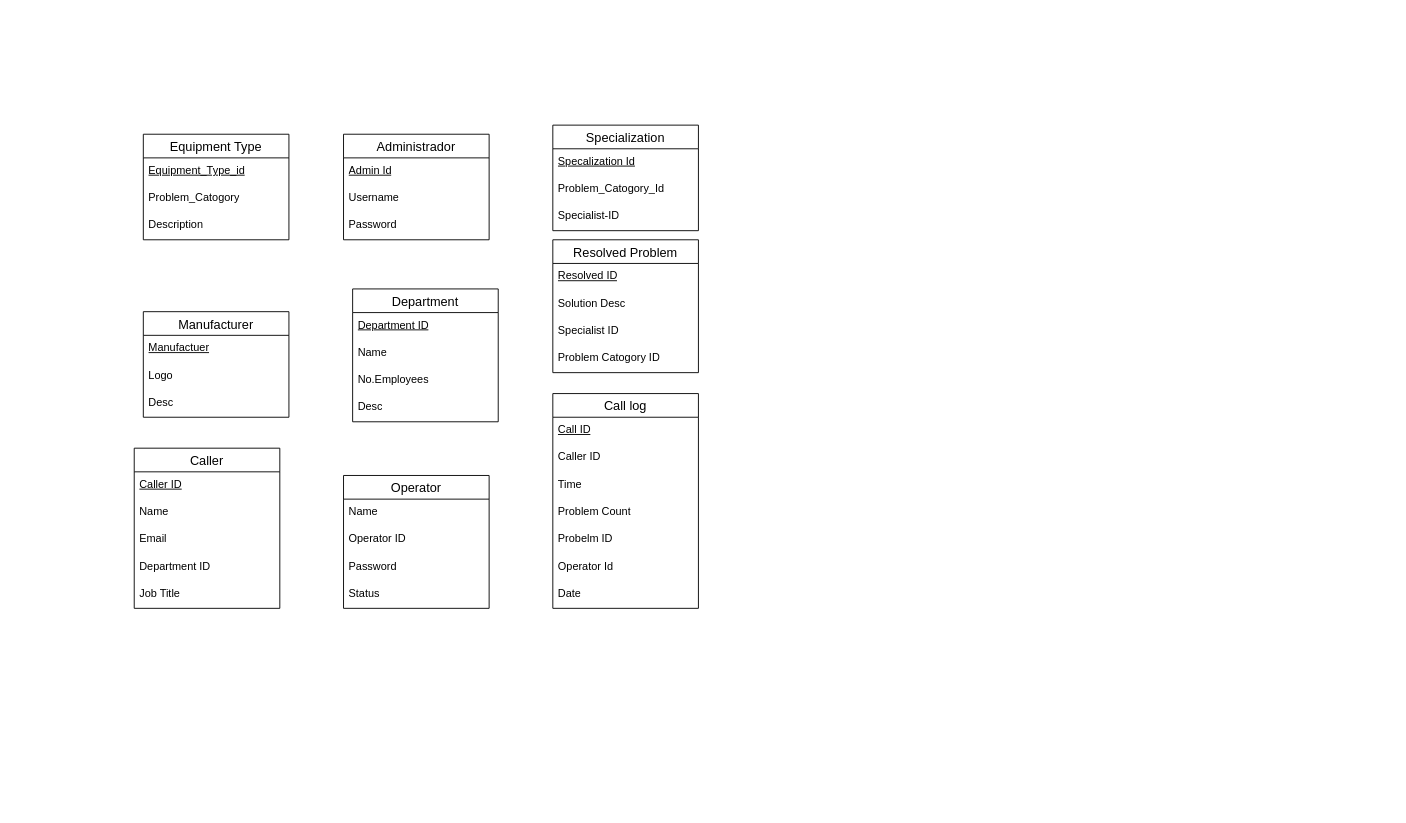
This is diagramaEr.drawio from JoaoCorreia2008/Diagrama-escolar-, a draw.io file, before an edit. Source tidied: cells renumbered, new cells numbered last; positions are measured from the earlier drawing's top-left corner, leaving out a move shared by most shapes. Both pictures are drawn from the tidied source at 91%, with x=0, y=0 at pixel (134, 125).
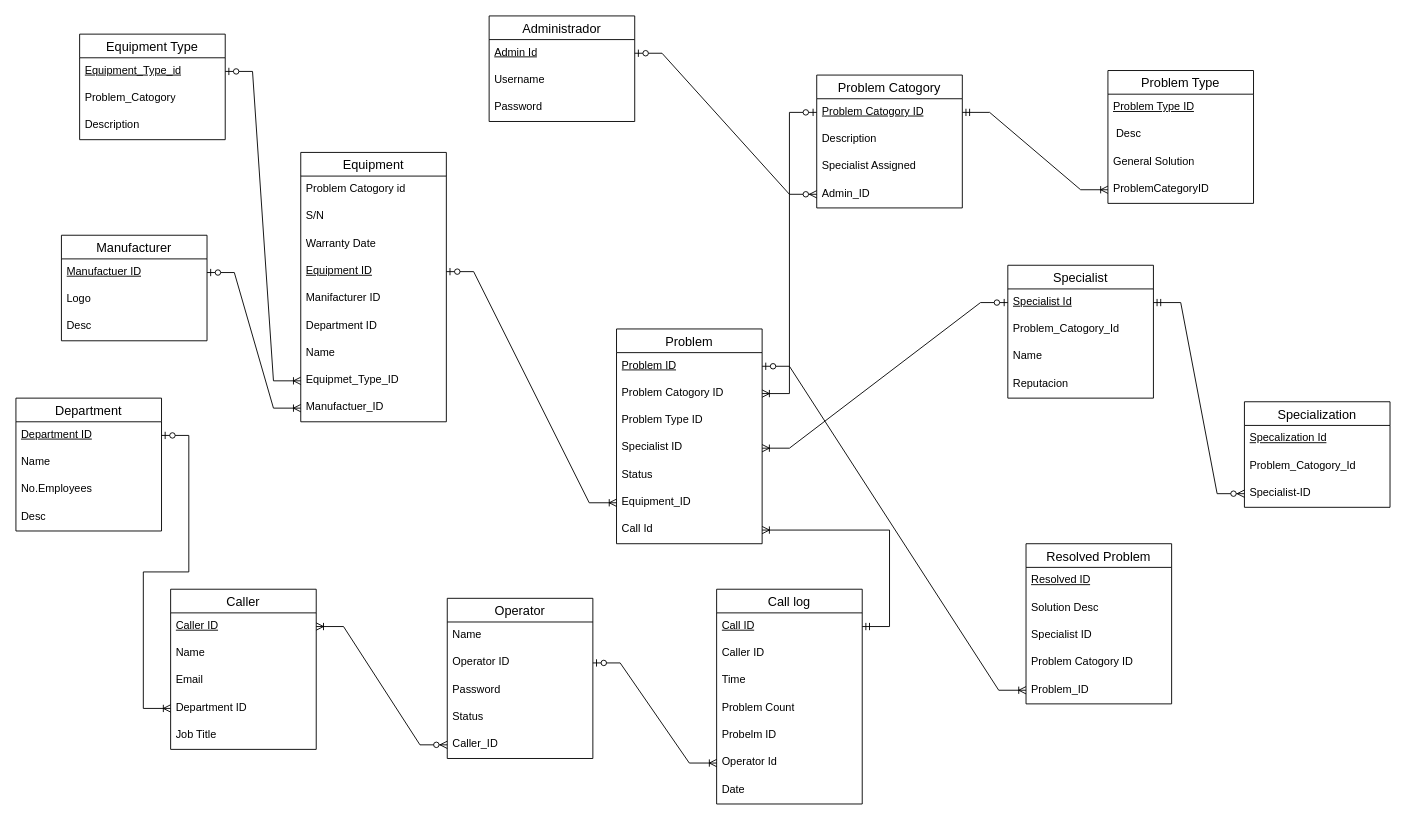
The same diagram, later.

Unchanged cells that the change refers to:
```xml
<mxCell id="3" value="&lt;span style=&quot;text-wrap-mode: nowrap; text-decoration-line: underline;&quot;&gt;Equipment_Type_id&lt;/span&gt;" style="text;strokeColor=none;fillColor=none;spacingLeft=4;spacingRight=4;overflow=hidden;points=[[0,0.5],[1,0.5]];portConstraint=eastwest;fontSize=12;whiteSpace=wrap;html=1;" parent="2" vertex="1">
  <mxGeometry y="26" width="160" height="30" as="geometry" />
</mxCell>
<mxCell id="7" value="&lt;span style=&quot;text-wrap-mode: nowrap;&quot;&gt;&lt;u&gt;Admin Id&lt;/u&gt;&lt;/span&gt;" style="text;strokeColor=none;fillColor=none;spacingLeft=4;spacingRight=4;overflow=hidden;points=[[0,0.5],[1,0.5]];portConstraint=eastwest;fontSize=12;whiteSpace=wrap;html=1;" parent="6" vertex="1">
  <mxGeometry y="26" width="160" height="30" as="geometry" />
</mxCell>
<mxCell id="15" value="&lt;span style=&quot;text-wrap-mode: nowrap;&quot;&gt;&lt;u&gt;Department ID&lt;/u&gt;&lt;/span&gt;" style="text;strokeColor=none;fillColor=none;spacingLeft=4;spacingRight=4;overflow=hidden;points=[[0,0.5],[1,0.5]];portConstraint=eastwest;fontSize=12;whiteSpace=wrap;html=1;" parent="14" vertex="1">
  <mxGeometry y="26" width="160" height="30" as="geometry" />
</mxCell>
<mxCell id="20" value="&lt;span style=&quot;text-wrap-mode: nowrap;&quot;&gt;&lt;u&gt;Caller ID&lt;/u&gt;&lt;/span&gt;" style="text;strokeColor=none;fillColor=none;spacingLeft=4;spacingRight=4;overflow=hidden;points=[[0,0.5],[1,0.5]];portConstraint=eastwest;fontSize=12;whiteSpace=wrap;html=1;" parent="19" vertex="1">
  <mxGeometry y="26" width="160" height="30" as="geometry" />
</mxCell>
<mxCell id="23" value="Department ID" style="text;strokeColor=none;fillColor=none;spacingLeft=4;spacingRight=4;overflow=hidden;points=[[0,0.5],[1,0.5]];portConstraint=eastwest;fontSize=12;whiteSpace=wrap;html=1;" parent="19" vertex="1">
  <mxGeometry y="116" width="160" height="30" as="geometry" />
</mxCell>
<mxCell id="27" value="Operator ID" style="text;strokeColor=none;fillColor=none;spacingLeft=4;spacingRight=4;overflow=hidden;points=[[0,0.5],[1,0.5]];portConstraint=eastwest;fontSize=12;whiteSpace=wrap;html=1;" parent="25" vertex="1">
  <mxGeometry y="56" width="160" height="30" as="geometry" />
</mxCell>
<mxCell id="31" value="&lt;span style=&quot;text-wrap-mode: nowrap;&quot;&gt;&lt;u&gt;Call ID&lt;/u&gt;&lt;/span&gt;" style="text;strokeColor=none;fillColor=none;spacingLeft=4;spacingRight=4;overflow=hidden;points=[[0,0.5],[1,0.5]];portConstraint=eastwest;fontSize=12;whiteSpace=wrap;html=1;" parent="30" vertex="1">
  <mxGeometry y="26" width="160" height="30" as="geometry" />
</mxCell>
<mxCell id="36" value="Operator Id" style="text;strokeColor=none;fillColor=none;spacingLeft=4;spacingRight=4;overflow=hidden;points=[[0,0.5],[1,0.5]];portConstraint=eastwest;fontSize=12;whiteSpace=wrap;html=1;" parent="30" vertex="1">
  <mxGeometry y="176" width="160" height="30" as="geometry" />
</mxCell>
<mxCell id="41" value="Specialist-ID" style="text;strokeColor=none;fillColor=none;spacingLeft=4;spacingRight=4;overflow=hidden;points=[[0,0.5],[1,0.5]];portConstraint=eastwest;fontSize=12;whiteSpace=wrap;html=1;" parent="38" vertex="1">
  <mxGeometry y="86" width="160" height="30" as="geometry" />
</mxCell>
```

Diff of the diagram source:
```diff
@@
     <mxCell id="2" value="Equipment Type" style="swimlane;fontStyle=0;horizontal=1;startSize=26;align=center;fontSize=14;" parent="1" vertex="1">
-      <mxGeometry x="10" y="10" width="160" height="116" as="geometry" />
+      <mxGeometry x="-60" y="-100" width="160" height="116" as="geometry" />
     </mxCell>
@@
     <mxCell id="6" value="Administrador" style="swimlane;fontStyle=0;horizontal=1;startSize=26;align=center;fontSize=14;" parent="1" vertex="1">
-      <mxGeometry x="230" y="10" width="160" height="116" as="geometry" />
+      <mxGeometry x="390" y="-120" width="160" height="116" as="geometry" />
     </mxCell>
@@
     <mxCell id="10" value="Manufacturer" style="swimlane;fontStyle=0;horizontal=1;startSize=26;align=center;fontSize=14;" parent="1" vertex="1">
-      <mxGeometry x="10" y="205" width="160" height="116" as="geometry" />
+      <mxGeometry x="-80" y="121" width="160" height="116" as="geometry" />
     </mxCell>
-    <mxCell id="11" value="&lt;span style=&quot;text-wrap-mode: nowrap;&quot;&gt;&lt;u&gt;Manufactuer&lt;/u&gt;&lt;/span&gt;" style="text;strokeColor=none;fillColor=none;spacingLeft=4;spacingRight=4;overflow=hidden;points=[[0,0.5],[1,0.5]];portConstraint=eastwest;fontSize=12;whiteSpace=wrap;html=1;" parent="10" vertex="1">
+    <mxCell id="11" value="&lt;span style=&quot;text-wrap-mode: nowrap;&quot;&gt;&lt;u&gt;Manufactuer ID&lt;/u&gt;&lt;/span&gt;" style="text;strokeColor=none;fillColor=none;spacingLeft=4;spacingRight=4;overflow=hidden;points=[[0,0.5],[1,0.5]];portConstraint=eastwest;fontSize=12;whiteSpace=wrap;html=1;" parent="10" vertex="1">
       <mxGeometry y="26" width="160" height="30" as="geometry" />
     </mxCell>
@@
     <mxCell id="14" value="Department" style="swimlane;fontStyle=0;horizontal=1;startSize=26;align=center;fontSize=14;" parent="1" vertex="1">
-      <mxGeometry x="240" y="180" width="160" height="146" as="geometry" />
+      <mxGeometry x="-130" y="300" width="160" height="146" as="geometry" />
     </mxCell>
@@
     <mxCell id="19" value="Caller" style="swimlane;fontStyle=0;horizontal=1;startSize=26;align=center;fontSize=14;" parent="1" vertex="1">
-      <mxGeometry y="355" width="160" height="176" as="geometry" />
+      <mxGeometry x="40" y="510" width="160" height="176" as="geometry" />
     </mxCell>
@@
     <mxCell id="25" value="Operator" style="swimlane;fontStyle=0;horizontal=1;startSize=26;align=center;fontSize=14;" parent="1" vertex="1">
-      <mxGeometry x="230" y="385" width="160" height="146" as="geometry" />
+      <mxGeometry x="344" y="520" width="160" height="176" as="geometry" />
     </mxCell>
@@
+    <mxCell id="47" value="Status" style="text;strokeColor=none;fillColor=none;spacingLeft=4;spacingRight=4;overflow=hidden;fontSize=12;whiteSpace=wrap;html=1;" parent="25" vertex="1">
+      <mxGeometry y="116" width="160" height="30" as="geometry" />
+    </mxCell>
-    <mxCell id="29" value="Status" style="text;strokeColor=none;fillColor=none;spacingLeft=4;spacingRight=4;overflow=hidden;points=[[0,0.5],[1,0.5]];portConstraint=eastwest;fontSize=12;whiteSpace=wrap;html=1;" parent="25" vertex="1">
-      <mxGeometry y="116" width="160" height="30" as="geometry" />
+    <mxCell id="29" value="Caller_ID" style="text;strokeColor=none;fillColor=none;spacingLeft=4;spacingRight=4;overflow=hidden;points=[[0,0.5],[1,0.5]];portConstraint=eastwest;fontSize=12;whiteSpace=wrap;html=1;" parent="25" vertex="1">
+      <mxGeometry y="146" width="160" height="30" as="geometry" />
     </mxCell>
     <mxCell id="30" value="Call log" style="swimlane;fontStyle=0;horizontal=1;startSize=26;align=center;fontSize=14;" parent="1" vertex="1">
-      <mxGeometry x="460" y="295" width="160" height="236" as="geometry" />
+      <mxGeometry x="640" y="510" width="160" height="236" as="geometry" />
     </mxCell>
@@
     <mxCell id="38" value="Specialization" style="swimlane;fontStyle=0;horizontal=1;startSize=26;align=center;fontSize=14;" parent="1" vertex="1">
-      <mxGeometry x="460" width="160" height="116" as="geometry" />
+      <mxGeometry x="1220" y="304" width="160" height="116" as="geometry" />
     </mxCell>
@@
     <mxCell id="42" value="Resolved Problem" style="swimlane;fontStyle=0;horizontal=1;startSize=26;align=center;fontSize=14;" parent="1" vertex="1">
-      <mxGeometry x="460" y="126" width="160" height="146" as="geometry" />
+      <mxGeometry x="980" y="460" width="160" height="176" as="geometry" />
     </mxCell>
@@
+    <mxCell id="48" value="Problem Catogory ID" style="text;strokeColor=none;fillColor=none;spacingLeft=4;spacingRight=4;overflow=hidden;fontSize=12;whiteSpace=wrap;html=1;" parent="42" vertex="1">
+      <mxGeometry y="116" width="160" height="30" as="geometry" />
+    </mxCell>
-    <mxCell id="46" value="Problem Catogory ID" style="text;strokeColor=none;fillColor=none;spacingLeft=4;spacingRight=4;overflow=hidden;points=[[0,0.5],[1,0.5]];portConstraint=eastwest;fontSize=12;whiteSpace=wrap;html=1;" parent="42" vertex="1">
-      <mxGeometry y="116" width="160" height="30" as="geometry" />
+    <mxCell id="46" value="Problem_ID" style="text;strokeColor=none;fillColor=none;spacingLeft=4;spacingRight=4;overflow=hidden;points=[[0,0.5],[1,0.5]];portConstraint=eastwest;fontSize=12;whiteSpace=wrap;html=1;" parent="42" vertex="1">
+      <mxGeometry y="146" width="160" height="30" as="geometry" />
     </mxCell>
+    <mxCell id="49" value="Specialist" style="swimlane;fontStyle=0;horizontal=1;startSize=26;align=center;fontSize=14;" parent="1" vertex="1">
+      <mxGeometry x="960" y="154" width="160" height="146" as="geometry" />
+    </mxCell>
+    <mxCell id="50" value="&lt;span style=&quot;text-wrap-mode: nowrap;&quot;&gt;&lt;u&gt;Specialist Id&lt;/u&gt;&lt;/span&gt;" style="text;strokeColor=none;fillColor=none;spacingLeft=4;spacingRight=4;overflow=hidden;points=[[0,0.5],[1,0.5]];portConstraint=eastwest;fontSize=12;whiteSpace=wrap;html=1;" parent="49" vertex="1">
+      <mxGeometry y="26" width="160" height="30" as="geometry" />
+    </mxCell>
+    <mxCell id="51" value="Problem_Catogory_Id" style="text;strokeColor=none;fillColor=none;spacingLeft=4;spacingRight=4;overflow=hidden;fontSize=12;whiteSpace=wrap;html=1;" parent="49" vertex="1">
+      <mxGeometry y="56" width="160" height="30" as="geometry" />
+    </mxCell>
+    <mxCell id="52" value="Name" style="text;strokeColor=none;fillColor=none;spacingLeft=4;spacingRight=4;overflow=hidden;fontSize=12;whiteSpace=wrap;html=1;" parent="49" vertex="1">
+      <mxGeometry y="86" width="160" height="30" as="geometry" />
+    </mxCell>
+    <mxCell id="53" value="Reputacion" style="text;strokeColor=none;fillColor=none;spacingLeft=4;spacingRight=4;overflow=hidden;fontSize=12;whiteSpace=wrap;html=1;" parent="49" vertex="1">
+      <mxGeometry y="116" width="160" height="30" as="geometry" />
+    </mxCell>
+    <mxCell id="54" value="Problem Type" style="swimlane;fontStyle=0;horizontal=1;startSize=26;align=center;fontSize=14;" parent="1" vertex="1">
+      <mxGeometry x="1070" y="-60" width="160" height="146" as="geometry" />
+    </mxCell>
+    <mxCell id="55" value="&lt;span style=&quot;text-wrap-mode: nowrap;&quot;&gt;&lt;u&gt;Problem Type ID&lt;/u&gt;&lt;/span&gt;" style="text;strokeColor=none;fillColor=none;spacingLeft=4;spacingRight=4;overflow=hidden;fontSize=12;whiteSpace=wrap;html=1;" parent="54" vertex="1">
+      <mxGeometry y="26" width="160" height="30" as="geometry" />
+    </mxCell>
+    <mxCell id="56" value="&amp;nbsp;Desc" style="text;strokeColor=none;fillColor=none;spacingLeft=4;spacingRight=4;overflow=hidden;fontSize=12;whiteSpace=wrap;html=1;" parent="54" vertex="1">
+      <mxGeometry y="56" width="160" height="30" as="geometry" />
+    </mxCell>
+    <mxCell id="57" value="General Solution" style="text;strokeColor=none;fillColor=none;spacingLeft=4;spacingRight=4;overflow=hidden;fontSize=12;whiteSpace=wrap;html=1;" parent="54" vertex="1">
+      <mxGeometry y="86" width="160" height="30" as="geometry" />
+    </mxCell>
+    <mxCell id="58" value="ProblemCategoryID" style="text;strokeColor=none;fillColor=none;spacingLeft=4;spacingRight=4;overflow=hidden;points=[[0,0.5],[1,0.5]];portConstraint=eastwest;fontSize=12;whiteSpace=wrap;html=1;" parent="54" vertex="1">
+      <mxGeometry y="116" width="160" height="30" as="geometry" />
+    </mxCell>
+    <mxCell id="59" value="Equipment" style="swimlane;fontStyle=0;horizontal=1;startSize=26;align=center;fontSize=14;" parent="1" vertex="1">
+      <mxGeometry x="183" y="30" width="160" height="296" as="geometry" />
+    </mxCell>
+    <mxCell id="60" value="Problem Catogory id" style="text;strokeColor=none;fillColor=none;spacingLeft=4;spacingRight=4;overflow=hidden;fontSize=12;whiteSpace=wrap;html=1;" parent="59" vertex="1">
+      <mxGeometry y="26" width="160" height="30" as="geometry" />
+    </mxCell>
+    <mxCell id="61" value="S/N" style="text;strokeColor=none;fillColor=none;spacingLeft=4;spacingRight=4;overflow=hidden;fontSize=12;whiteSpace=wrap;html=1;" parent="59" vertex="1">
+      <mxGeometry y="56" width="160" height="30" as="geometry" />
+    </mxCell>
+    <mxCell id="62" value="Warranty Date" style="text;strokeColor=none;fillColor=none;spacingLeft=4;spacingRight=4;overflow=hidden;fontSize=12;whiteSpace=wrap;html=1;" parent="59" vertex="1">
+      <mxGeometry y="86" width="160" height="30" as="geometry" />
+    </mxCell>
+    <mxCell id="63" value="&lt;u&gt;Equipment ID&lt;/u&gt;" style="text;strokeColor=none;fillColor=none;spacingLeft=4;spacingRight=4;overflow=hidden;points=[[0,0.5],[1,0.5]];portConstraint=eastwest;fontSize=12;whiteSpace=wrap;html=1;" parent="59" vertex="1">
+      <mxGeometry y="116" width="160" height="30" as="geometry" />
+    </mxCell>
+    <mxCell id="64" value="Manifacturer ID" style="text;strokeColor=none;fillColor=none;spacingLeft=4;spacingRight=4;overflow=hidden;fontSize=12;whiteSpace=wrap;html=1;" parent="59" vertex="1">
+      <mxGeometry y="146" width="160" height="30" as="geometry" />
+    </mxCell>
+    <mxCell id="65" value="Department ID&amp;nbsp;" style="text;strokeColor=none;fillColor=none;spacingLeft=4;spacingRight=4;overflow=hidden;fontSize=12;whiteSpace=wrap;html=1;" parent="59" vertex="1">
+      <mxGeometry y="176" width="160" height="30" as="geometry" />
+    </mxCell>
+    <mxCell id="66" value="Name" style="text;strokeColor=none;fillColor=none;spacingLeft=4;spacingRight=4;overflow=hidden;fontSize=12;whiteSpace=wrap;html=1;" parent="59" vertex="1">
+      <mxGeometry y="206" width="160" height="30" as="geometry" />
+    </mxCell>
+    <mxCell id="67" value="Equipmet_Type_ID" style="text;strokeColor=none;fillColor=none;spacingLeft=4;spacingRight=4;overflow=hidden;points=[[0,0.5],[1,0.5]];portConstraint=eastwest;fontSize=12;whiteSpace=wrap;html=1;" parent="59" vertex="1">
+      <mxGeometry y="236" width="160" height="30" as="geometry" />
+    </mxCell>
+    <mxCell id="68" value="Manufactuer_ID" style="text;strokeColor=none;fillColor=none;spacingLeft=4;spacingRight=4;overflow=hidden;points=[[0,0.5],[1,0.5]];portConstraint=eastwest;fontSize=12;whiteSpace=wrap;html=1;" parent="59" vertex="1">
+      <mxGeometry y="266" width="160" height="30" as="geometry" />
+    </mxCell>
+    <mxCell id="69" value="Problem" style="swimlane;fontStyle=0;horizontal=1;startSize=26;align=center;fontSize=14;" parent="1" vertex="1">
+      <mxGeometry x="530" y="224" width="160" height="236" as="geometry" />
+    </mxCell>
+    <mxCell id="70" value="&lt;span style=&quot;text-wrap-mode: nowrap;&quot;&gt;&lt;u&gt;Problem ID&lt;/u&gt;&lt;/span&gt;" style="text;strokeColor=none;fillColor=none;spacingLeft=4;spacingRight=4;overflow=hidden;points=[[0,0.5],[1,0.5]];portConstraint=eastwest;fontSize=12;whiteSpace=wrap;html=1;" parent="69" vertex="1">
+      <mxGeometry y="26" width="160" height="30" as="geometry" />
+    </mxCell>
+    <mxCell id="71" value="Problem Catogory ID" style="text;strokeColor=none;fillColor=none;spacingLeft=4;spacingRight=4;overflow=hidden;points=[[0,0.5],[1,0.5]];portConstraint=eastwest;fontSize=12;whiteSpace=wrap;html=1;" parent="69" vertex="1">
+      <mxGeometry y="56" width="160" height="30" as="geometry" />
+    </mxCell>
+    <mxCell id="72" value="Problem Type ID" style="text;strokeColor=none;fillColor=none;spacingLeft=4;spacingRight=4;overflow=hidden;fontSize=12;whiteSpace=wrap;html=1;" parent="69" vertex="1">
+      <mxGeometry y="86" width="160" height="30" as="geometry" />
+    </mxCell>
+    <mxCell id="73" value="Specialist ID" style="text;strokeColor=none;fillColor=none;spacingLeft=4;spacingRight=4;overflow=hidden;points=[[0,0.5],[1,0.5]];portConstraint=eastwest;fontSize=12;whiteSpace=wrap;html=1;" parent="69" vertex="1">
+      <mxGeometry y="116" width="160" height="30" as="geometry" />
+    </mxCell>
+    <mxCell id="74" value="Status" style="text;strokeColor=none;fillColor=none;spacingLeft=4;spacingRight=4;overflow=hidden;fontSize=12;whiteSpace=wrap;html=1;" parent="69" vertex="1">
+      <mxGeometry y="146" width="160" height="30" as="geometry" />
+    </mxCell>
+    <mxCell id="75" value="Equipment_ID" style="text;strokeColor=none;fillColor=none;spacingLeft=4;spacingRight=4;overflow=hidden;points=[[0,0.5],[1,0.5]];portConstraint=eastwest;fontSize=12;whiteSpace=wrap;html=1;" parent="69" vertex="1">
+      <mxGeometry y="176" width="160" height="30" as="geometry" />
+    </mxCell>
+    <mxCell id="76" value="Call Id" style="text;strokeColor=none;fillColor=none;spacingLeft=4;spacingRight=4;overflow=hidden;points=[[0,0.5],[1,0.5]];portConstraint=eastwest;fontSize=12;whiteSpace=wrap;html=1;" parent="69" vertex="1">
+      <mxGeometry y="206" width="160" height="30" as="geometry" />
+    </mxCell>
+    <mxCell id="77" value="Problem Catogory" style="swimlane;fontStyle=0;horizontal=1;startSize=26;align=center;fontSize=14;" parent="1" vertex="1">
+      <mxGeometry x="750" y="-55" width="160" height="146" as="geometry" />
+    </mxCell>
+    <mxCell id="78" value="&lt;u&gt;Problem Catogory ID&lt;/u&gt;" style="text;strokeColor=none;fillColor=none;spacingLeft=4;spacingRight=4;overflow=hidden;points=[[0,0.5],[1,0.5]];portConstraint=eastwest;fontSize=12;whiteSpace=wrap;html=1;" parent="77" vertex="1">
+      <mxGeometry y="26" width="160" height="30" as="geometry" />
+    </mxCell>
+    <mxCell id="79" value="Description" style="text;strokeColor=none;fillColor=none;spacingLeft=4;spacingRight=4;overflow=hidden;fontSize=12;whiteSpace=wrap;html=1;" parent="77" vertex="1">
+      <mxGeometry y="56" width="160" height="30" as="geometry" />
+    </mxCell>
+    <mxCell id="80" value="Specialist Assigned" style="text;strokeColor=none;fillColor=none;spacingLeft=4;spacingRight=4;overflow=hidden;fontSize=12;whiteSpace=wrap;html=1;" parent="77" vertex="1">
+      <mxGeometry y="86" width="160" height="30" as="geometry" />
+    </mxCell>
+    <mxCell id="81" value="Admin_ID" style="text;strokeColor=none;fillColor=none;spacingLeft=4;spacingRight=4;overflow=hidden;points=[[0,0.5],[1,0.5]];portConstraint=eastwest;fontSize=12;whiteSpace=wrap;html=1;" parent="77" vertex="1">
+      <mxGeometry y="116" width="160" height="30" as="geometry" />
+    </mxCell>
+    <mxCell id="82" style="edgeStyle=entityRelationEdgeStyle;fontSize=12;html=1;endArrow=ERoneToMany;startArrow=ERzeroToOne;rounded=0;exitX=1;exitY=0.5;exitDx=0;exitDy=0;entryX=0;entryY=0.5;entryDx=0;entryDy=0;" parent="1" edge="1" source="15" target="23">
+      <mxGeometry relative="1" as="geometry" />
+    </mxCell>
+    <mxCell id="83" style="edgeStyle=entityRelationEdgeStyle;fontSize=12;html=1;endArrow=ERoneToMany;startArrow=ERzeroToMany;rounded=0;exitX=0;exitY=0.5;exitDx=0;exitDy=0;entryX=1;entryY=0.5;entryDx=0;entryDy=0;" parent="1" edge="1" source="29" target="20">
+      <mxGeometry relative="1" as="geometry" />
+    </mxCell>
+    <mxCell id="84" style="edgeStyle=entityRelationEdgeStyle;fontSize=12;html=1;endArrow=ERoneToMany;startArrow=ERzeroToOne;rounded=0;exitX=1;exitY=0.5;exitDx=0;exitDy=0;entryX=0;entryY=0.5;entryDx=0;entryDy=0;" parent="1" edge="1" source="3" target="67">
+      <mxGeometry relative="1" as="geometry" />
+    </mxCell>
+    <mxCell id="85" style="edgeStyle=entityRelationEdgeStyle;fontSize=12;html=1;endArrow=ERoneToMany;startArrow=ERzeroToOne;rounded=0;exitX=1;exitY=0.5;exitDx=0;exitDy=0;entryX=0;entryY=0.5;entryDx=0;entryDy=0;" parent="1" edge="1" source="11" target="68">
+      <mxGeometry relative="1" as="geometry" />
+    </mxCell>
+    <mxCell id="86" style="edgeStyle=entityRelationEdgeStyle;fontSize=12;html=1;endArrow=ERoneToMany;startArrow=ERzeroToOne;rounded=0;exitX=1;exitY=0.5;exitDx=0;exitDy=0;entryX=0;entryY=0.5;entryDx=0;entryDy=0;" parent="1" edge="1" source="27" target="36">
+      <mxGeometry relative="1" as="geometry" />
+    </mxCell>
+    <mxCell id="87" style="edgeStyle=entityRelationEdgeStyle;fontSize=12;html=1;endArrow=ERoneToMany;startArrow=ERmandOne;rounded=0;entryX=1;entryY=0.5;entryDx=0;entryDy=0;" parent="1" edge="1" source="31" target="76">
+      <mxGeometry relative="1" as="geometry" />
+    </mxCell>
+    <mxCell id="88" style="edgeStyle=entityRelationEdgeStyle;fontSize=12;html=1;endArrow=ERoneToMany;startArrow=ERzeroToOne;rounded=0;" parent="1" edge="1" source="70" target="46">
+      <mxGeometry relative="1" as="geometry" />
+    </mxCell>
+    <mxCell id="89" style="edgeStyle=entityRelationEdgeStyle;fontSize=12;html=1;endArrow=ERoneToMany;startArrow=ERzeroToOne;rounded=0;" parent="1" edge="1" source="50" target="73">
+      <mxGeometry relative="1" as="geometry" />
+    </mxCell>
+    <mxCell id="90" style="edgeStyle=entityRelationEdgeStyle;fontSize=12;html=1;endArrow=ERoneToMany;startArrow=ERzeroToOne;rounded=0;" parent="1" edge="1" source="78" target="71">
+      <mxGeometry relative="1" as="geometry" />
+    </mxCell>
+    <mxCell id="91" style="edgeStyle=entityRelationEdgeStyle;fontSize=12;html=1;endArrow=ERoneToMany;startArrow=ERmandOne;rounded=0;exitX=1;exitY=0.5;exitDx=0;exitDy=0;" parent="1" edge="1" source="78" target="58">
+      <mxGeometry relative="1" as="geometry" />
+    </mxCell>
+    <mxCell id="92" style="edgeStyle=entityRelationEdgeStyle;fontSize=12;html=1;endArrow=ERzeroToMany;startArrow=ERzeroToOne;rounded=0;" parent="1" edge="1" source="7" target="81">
+      <mxGeometry relative="1" as="geometry" />
+    </mxCell>
+    <mxCell id="93" style="edgeStyle=entityRelationEdgeStyle;fontSize=12;html=1;endArrow=ERzeroToMany;startArrow=ERmandOne;rounded=0;" parent="1" edge="1" source="50" target="41">
+      <mxGeometry relative="1" as="geometry" />
+    </mxCell>
+    <mxCell id="94" style="edgeStyle=entityRelationEdgeStyle;fontSize=12;html=1;endArrow=ERoneToMany;startArrow=ERzeroToOne;rounded=0;" parent="1" edge="1" source="63" target="75">
+      <mxGeometry relative="1" as="geometry" />
+    </mxCell>
```
